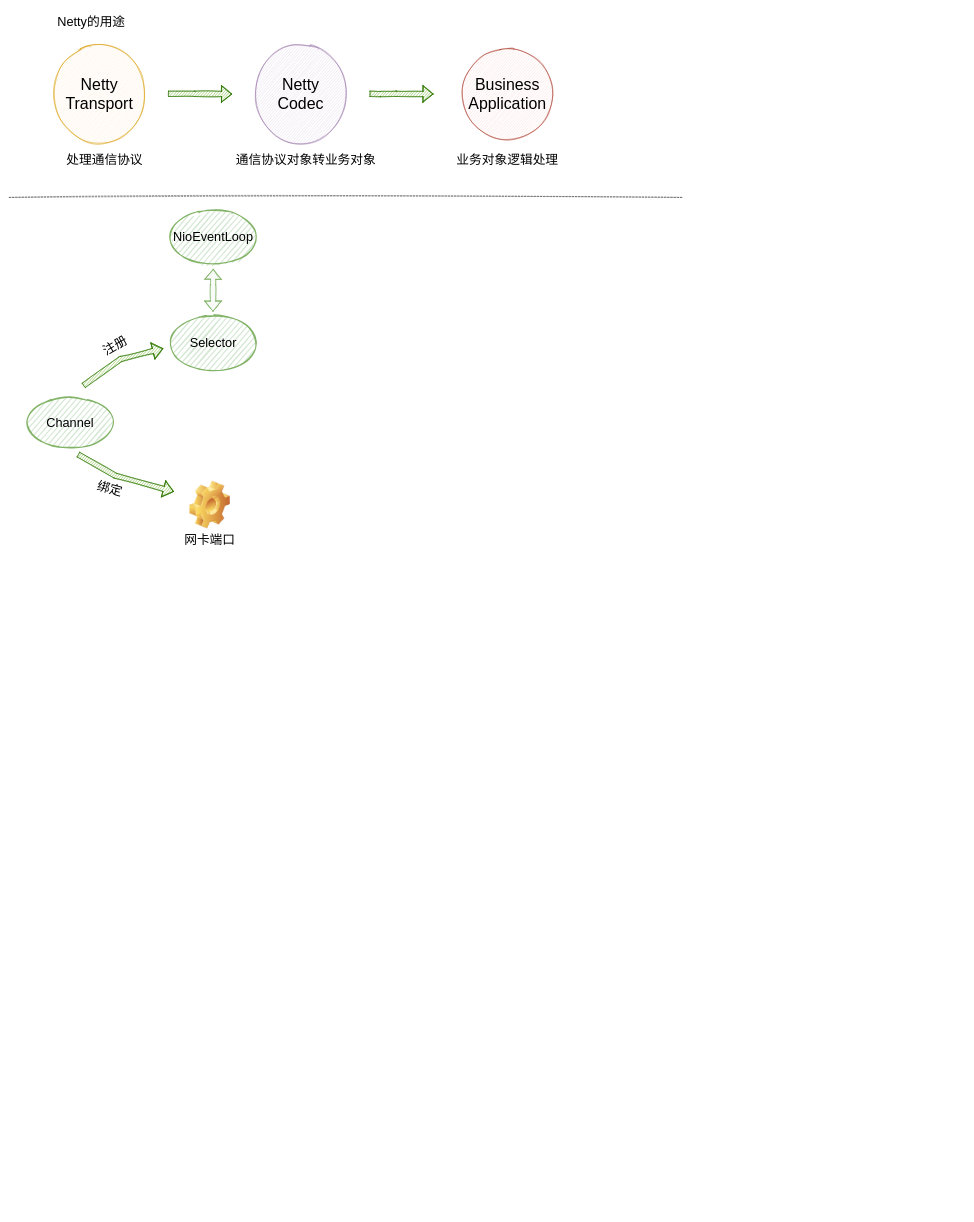
dimdark/my-drawio keeps this draw.io diagram as netty.drawio. Above is the earlier version. Source tidied: cells renumbered, new cells numbered last; positions are measured from the earlier drawing's top-left corner, leaving out a move shared by most shapes. Both pictures are drawn from the tidied source at 53%, with x=0, y=0 at pixel (9, 9).
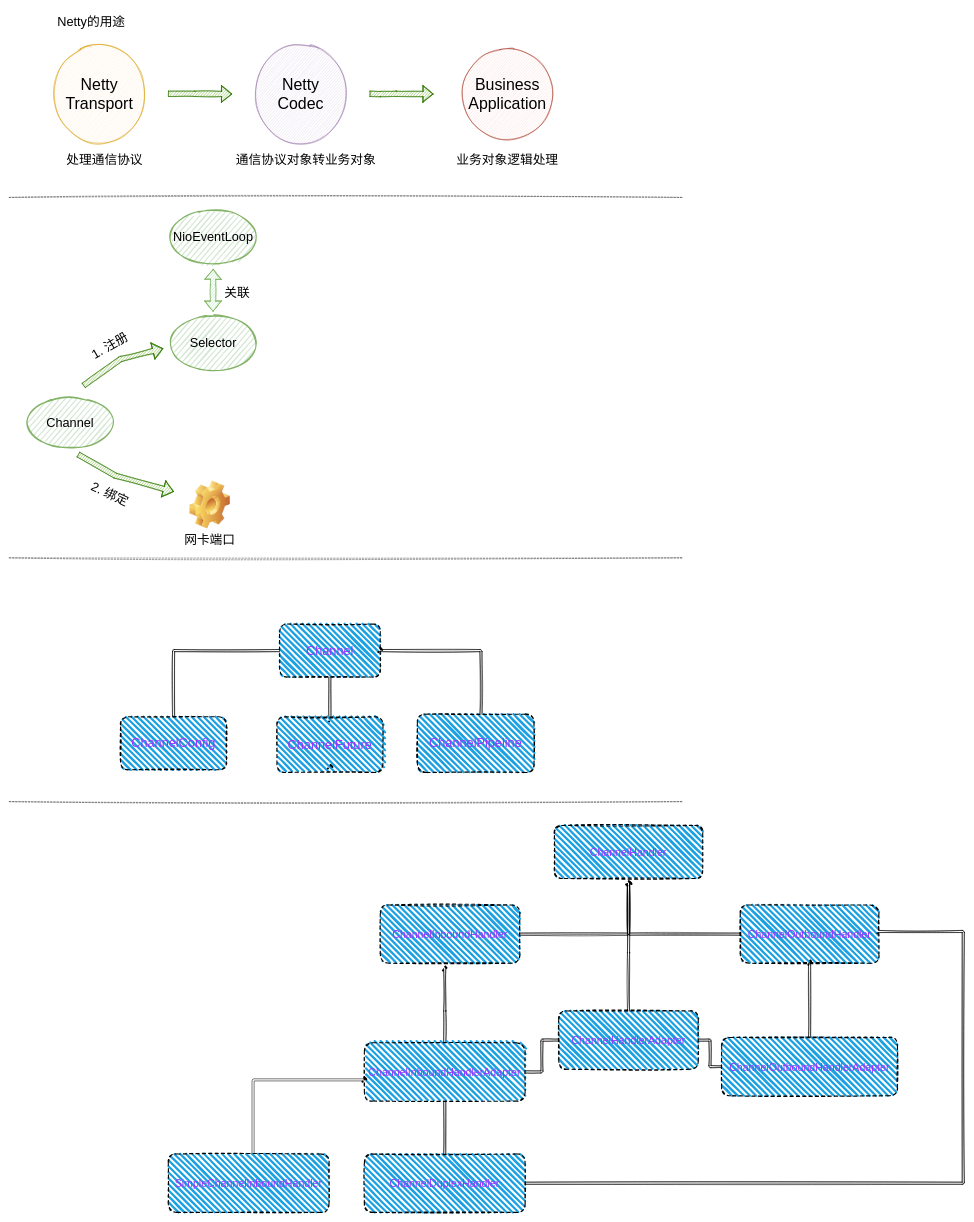
The same page after the edit.

What changed in the source:
```diff
@@
-    <mxCell id="13" value="注册" style="text;html=1;strokeColor=none;fillColor=none;align=center;verticalAlign=middle;whiteSpace=wrap;rounded=0;sketch=1;fontSize=24;rotation=-30;" parent="1" vertex="1">
-      <mxGeometry x="170" y="620" width="60" height="30" as="geometry" />
+    <mxCell id="13" value="1. 注册" style="text;html=1;strokeColor=none;fillColor=none;align=center;verticalAlign=middle;whiteSpace=wrap;rounded=0;sketch=1;fontSize=24;rotation=-30;" parent="1" vertex="1">
+      <mxGeometry x="145" y="620" width="90" height="30" as="geometry" />
     </mxCell>
@@
-    <mxCell id="15" value="绑定" style="text;html=1;strokeColor=none;fillColor=none;align=center;verticalAlign=middle;whiteSpace=wrap;rounded=0;sketch=1;fontSize=24;rotation=15;" parent="1" vertex="1">
-      <mxGeometry x="160" y="890" width="60" height="30" as="geometry" />
+    <mxCell id="15" value="2. 绑定" style="text;html=1;strokeColor=none;fillColor=none;align=center;verticalAlign=middle;whiteSpace=wrap;rounded=0;sketch=1;fontSize=24;rotation=25;" parent="1" vertex="1">
+      <mxGeometry x="145" y="900" width="90" height="30" as="geometry" />
     </mxCell>
@@
-    <mxCell id="20" style="shape=flexArrow;endArrow=classic;startArrow=classic;html=1;rounded=1;sketch=1;fontSize=24;fillColor=#d5e8d4;strokeColor=#82b366;" parent="1" edge="1">
+    <mxCell id="20" style="shape=flexArrow;endArrow=classic;startArrow=classic;html=1;rounded=1;sketch=1;fontSize=24;fillColor=#90E89C;strokeColor=#82b366;strokeWidth=1;" parent="1" edge="1">
       <mxGeometry relative="1" as="geometry">
         <mxPoint x="384.5" y="570" as="sourcePoint" />
         <mxPoint x="385" y="490" as="targetPoint" />
         <Array as="points">
           <mxPoint x="384.5" y="520" />
         </Array>
       </mxGeometry>
     </mxCell>
+    <mxCell id="21" value="关联" style="text;html=1;strokeColor=none;fillColor=none;align=center;verticalAlign=middle;whiteSpace=wrap;rounded=0;sketch=1;fontSize=24;rotation=0;" parent="1" vertex="1">
+      <mxGeometry x="400" y="520" width="60" height="30" as="geometry" />
+    </mxCell>
+    <mxCell id="22" style="line;strokeWidth=1;html=1;rounded=1;sketch=1;fontSize=24;dashed=1;strokeColor=#404040;" parent="1" vertex="1">
+      <mxGeometry y="1030" width="1270" height="10" as="geometry" />
+    </mxCell>
+    <mxCell id="23" style="edgeStyle=orthogonalEdgeStyle;shape=link;rounded=1;sketch=1;jettySize=auto;html=1;fontSize=24;fontColor=#9933FF;strokeWidth=1;fillColor=#90E89C;" parent="1" edge="1" source="24" target="31">
+      <mxGeometry relative="1" as="geometry" />
+    </mxCell>
+    <mxCell id="24" value="&lt;font color=&quot;#9933ff&quot;&gt;Channel&lt;/font&gt;" style="rounded=1;whiteSpace=wrap;html=1;strokeWidth=2;fillWeight=4;hachureGap=8;hachureAngle=45;fillColor=#1ba1e2;sketch=1;shadow=0;dashed=1;fontSize=24;" parent="1" vertex="1">
+      <mxGeometry x="510" y="1160" width="190" height="100" as="geometry" />
+    </mxCell>
+    <mxCell id="25" style="edgeStyle=orthogonalEdgeStyle;rounded=1;sketch=1;jettySize=auto;html=1;fontSize=24;fontColor=#9933FF;strokeWidth=1;fillColor=#90E89C;entryX=0;entryY=0.5;entryDx=0;entryDy=0;shape=link;" parent="1" edge="1" source="26" target="24">
+      <mxGeometry relative="1" as="geometry">
+        <Array as="points">
+          <mxPoint x="310" y="1210" />
+        </Array>
+      </mxGeometry>
+    </mxCell>
+    <mxCell id="26" value="&lt;font color=&quot;#9933ff&quot;&gt;ChannelConfig&lt;/font&gt;" style="rounded=1;whiteSpace=wrap;html=1;strokeWidth=2;fillWeight=4;hachureGap=8;hachureAngle=45;fillColor=#1ba1e2;sketch=1;shadow=0;dashed=1;fontSize=24;" parent="1" vertex="1">
+      <mxGeometry x="210" y="1335" width="200" height="100" as="geometry" />
+    </mxCell>
+    <mxCell id="27" style="edgeStyle=orthogonalEdgeStyle;rounded=1;sketch=1;jettySize=auto;html=1;fontSize=24;fontColor=#9933FF;strokeWidth=1;fillColor=#90E89C;shape=link;" parent="1" edge="1" source="28" target="30">
+      <mxGeometry relative="1" as="geometry">
+        <Array as="points">
+          <mxPoint x="890" y="1210" />
+        </Array>
+      </mxGeometry>
+    </mxCell>
+    <mxCell id="28" value="&lt;font color=&quot;#9933ff&quot;&gt;ChannelPipeline&lt;/font&gt;" style="rounded=1;whiteSpace=wrap;html=1;strokeWidth=2;fillWeight=4;hachureGap=8;hachureAngle=45;fillColor=#1ba1e2;sketch=1;shadow=0;dashed=1;fontSize=24;" parent="1" vertex="1">
+      <mxGeometry x="770" y="1330" width="220" height="110" as="geometry" />
+    </mxCell>
+    <mxCell id="29" style="shape=waypoint;sketch=1;size=6;fillColor=#1ba1e2;perimeter=centerPerimeter;fontSize=24;rounded=1;strokeWidth=2;fillWeight=4;hachureGap=8;hachureAngle=45;shadow=0;dashed=1;" parent="1" vertex="1">
+      <mxGeometry x="585" y="1320" width="40" height="40" as="geometry" />
+    </mxCell>
+    <mxCell id="30" style="shape=waypoint;sketch=1;size=6;points=[];fillColor=#1ba1e2;perimeter=centerPerimeter;snapToPoint=1;fontSize=24;rounded=1;strokeWidth=2;fillWeight=4;hachureGap=8;hachureAngle=45;shadow=0;dashed=1;" parent="1" vertex="1">
+      <mxGeometry x="680" y="1190" width="40" height="40" as="geometry" />
+    </mxCell>
+    <mxCell id="31" value="&lt;font color=&quot;#9933ff&quot;&gt;ChannelFuture&lt;/font&gt;" style="rounded=1;whiteSpace=wrap;html=1;strokeWidth=2;fillWeight=4;hachureGap=8;hachureAngle=45;fillColor=#1ba1e2;sketch=1;shadow=0;dashed=1;fontSize=24;" parent="1" vertex="1">
+      <mxGeometry x="505" y="1335" width="200" height="105" as="geometry" />
+    </mxCell>
+    <mxCell id="32" style="shape=waypoint;sketch=1;size=6;fillColor=#1ba1e2;perimeter=centerPerimeter;fontSize=24;rounded=1;strokeWidth=2;fillWeight=4;hachureGap=8;hachureAngle=45;shadow=0;dashed=1;" parent="1" vertex="1">
+      <mxGeometry x="585" y="1410" width="40" height="40" as="geometry" />
+    </mxCell>
+    <mxCell id="33" style="line;strokeWidth=1;html=1;rounded=1;sketch=1;fontSize=24;dashed=1;strokeColor=#404040;" parent="1" vertex="1">
+      <mxGeometry y="1490" width="1270" height="10" as="geometry" />
+    </mxCell>
+    <mxCell id="34" value="&lt;font color=&quot;#9933ff&quot; style=&quot;font-size: 20px;&quot;&gt;ChannelHandler&lt;/font&gt;" style="rounded=1;whiteSpace=wrap;html=1;strokeWidth=2;fillWeight=4;hachureGap=8;hachureAngle=45;fillColor=#1ba1e2;sketch=1;shadow=0;dashed=1;fontSize=20;" parent="1" vertex="1">
+      <mxGeometry x="1028.4" y="1540" width="280" height="100" as="geometry" />
+    </mxCell>
+    <mxCell id="35" style="edgeStyle=orthogonalEdgeStyle;shape=link;rounded=1;sketch=1;jettySize=auto;html=1;fontSize=20;fontColor=#9933FF;strokeWidth=1;fillColor=#90E89C;" parent="1" edge="1" source="36" target="47">
+      <mxGeometry relative="1" as="geometry" />
+    </mxCell>
+    <mxCell id="36" value="&lt;font color=&quot;#9933ff&quot; style=&quot;font-size: 20px;&quot;&gt;ChannelInboundHandler&lt;/font&gt;" style="rounded=1;whiteSpace=wrap;html=1;strokeWidth=2;fillWeight=4;hachureGap=8;hachureAngle=45;fillColor=#1ba1e2;sketch=1;shadow=0;dashed=1;fontSize=20;" parent="1" vertex="1">
+      <mxGeometry x="700" y="1690" width="263.3" height="110" as="geometry" />
+    </mxCell>
+    <mxCell id="37" style="edgeStyle=orthogonalEdgeStyle;shape=link;rounded=1;sketch=1;jettySize=auto;html=1;fontSize=20;fontColor=#9933FF;strokeWidth=1;fillColor=#90E89C;" parent="1" edge="1" source="38" target="48">
+      <mxGeometry relative="1" as="geometry" />
+    </mxCell>
+    <mxCell id="38" value="&lt;font color=&quot;#9933ff&quot; style=&quot;font-size: 20px;&quot;&gt;ChannelOutboundHandler&lt;/font&gt;" style="rounded=1;whiteSpace=wrap;html=1;strokeWidth=2;fillWeight=4;hachureGap=8;hachureAngle=45;fillColor=#1ba1e2;sketch=1;shadow=0;dashed=1;fontSize=20;" parent="1" vertex="1">
+      <mxGeometry x="1379.2" y="1690" width="261.6" height="110" as="geometry" />
+    </mxCell>
+    <mxCell id="39" style="edgeStyle=orthogonalEdgeStyle;shape=link;rounded=1;sketch=1;jettySize=auto;html=1;fontSize=20;fontColor=#9933FF;strokeWidth=1;fillColor=#90E89C;" parent="1" edge="1" source="41" target="49">
+      <mxGeometry relative="1" as="geometry" />
+    </mxCell>
+    <mxCell id="40" style="edgeStyle=orthogonalEdgeStyle;shape=link;rounded=1;sketch=1;jettySize=auto;html=1;fontSize=20;fontColor=#9933FF;strokeWidth=1;fillColor=#90E89C;" parent="1" edge="1" source="41" target="43">
+      <mxGeometry relative="1" as="geometry" />
+    </mxCell>
+    <mxCell id="41" value="&lt;font color=&quot;#9933ff&quot; style=&quot;font-size: 20px;&quot;&gt;ChannelInboundHandlerAdapter&lt;/font&gt;" style="rounded=1;whiteSpace=wrap;html=1;strokeWidth=2;fillWeight=4;hachureGap=8;hachureAngle=45;fillColor=#1ba1e2;sketch=1;shadow=0;dashed=1;fontSize=20;" parent="1" vertex="1">
+      <mxGeometry x="670" y="1950" width="303.3" height="110" as="geometry" />
+    </mxCell>
+    <mxCell id="42" style="edgeStyle=orthogonalEdgeStyle;shape=link;rounded=1;sketch=1;jettySize=auto;html=1;fontSize=20;fontColor=#9933FF;strokeWidth=1;fillColor=#90E89C;" parent="1" edge="1" source="43" target="51">
+      <mxGeometry relative="1" as="geometry" />
+    </mxCell>
+    <mxCell id="43" value="&lt;font color=&quot;#9933ff&quot; style=&quot;font-size: 20px;&quot;&gt;ChannelHandlerAdapter&lt;/font&gt;" style="rounded=1;whiteSpace=wrap;html=1;strokeWidth=2;fillWeight=4;hachureGap=8;hachureAngle=45;fillColor=#1ba1e2;sketch=1;shadow=0;dashed=1;fontSize=20;" parent="1" vertex="1">
+      <mxGeometry x="1036.7" y="1890" width="263.3" height="110" as="geometry" />
+    </mxCell>
+    <mxCell id="44" style="edgeStyle=orthogonalEdgeStyle;shape=link;rounded=1;sketch=1;jettySize=auto;html=1;fontSize=20;fontColor=#9933FF;strokeWidth=1;fillColor=#90E89C;" parent="1" edge="1" source="46" target="43">
+      <mxGeometry relative="1" as="geometry" />
+    </mxCell>
+    <mxCell id="45" style="edgeStyle=orthogonalEdgeStyle;shape=link;rounded=1;sketch=1;jettySize=auto;html=1;fontSize=20;fontColor=#9933FF;strokeWidth=1;fillColor=#90E89C;" parent="1" edge="1" source="46" target="50">
+      <mxGeometry relative="1" as="geometry" />
+    </mxCell>
+    <mxCell id="46" value="&lt;font color=&quot;#9933ff&quot; style=&quot;font-size: 20px;&quot;&gt;ChannelOutboundHandlerAdapter&lt;/font&gt;" style="rounded=1;whiteSpace=wrap;html=1;strokeWidth=2;fillWeight=4;hachureGap=8;hachureAngle=45;fillColor=#1ba1e2;sketch=1;shadow=0;dashed=1;fontSize=20;" parent="1" vertex="1">
+      <mxGeometry x="1344.2" y="1940" width="331.6" height="110" as="geometry" />
+    </mxCell>
+    <mxCell id="47" style="shape=waypoint;sketch=1;size=6;points=[];fillColor=#1ba1e2;perimeter=centerPerimeter;snapToPoint=1;fontSize=20;rounded=1;strokeWidth=2;fillWeight=4;hachureGap=8;hachureAngle=45;shadow=0;dashed=1;" parent="1" vertex="1">
+      <mxGeometry x="1148.4" y="1630" width="40" height="40" as="geometry" />
+    </mxCell>
+    <mxCell id="48" style="shape=waypoint;sketch=1;size=6;points=[];fillColor=#1ba1e2;perimeter=centerPerimeter;snapToPoint=1;fontSize=20;rounded=1;strokeWidth=2;fillWeight=4;hachureGap=8;hachureAngle=45;shadow=0;dashed=1;" parent="1" vertex="1">
+      <mxGeometry x="1148.4" y="1630" width="40" height="40" as="geometry" />
+    </mxCell>
+    <mxCell id="49" style="shape=waypoint;sketch=1;size=6;points=[];fillColor=#1ba1e2;perimeter=centerPerimeter;snapToPoint=1;fontSize=20;rounded=1;strokeWidth=2;fillWeight=4;hachureGap=8;hachureAngle=45;shadow=0;dashed=1;" parent="1" vertex="1">
+      <mxGeometry x="801.6" y="1790" width="40" height="40" as="geometry" />
+    </mxCell>
+    <mxCell id="50" style="shape=waypoint;sketch=1;size=6;points=[];fillColor=#1ba1e2;perimeter=centerPerimeter;snapToPoint=1;fontSize=20;rounded=1;strokeWidth=2;fillWeight=4;hachureGap=8;hachureAngle=45;shadow=0;dashed=1;" parent="1" vertex="1">
+      <mxGeometry x="1490" y="1780" width="40" height="40" as="geometry" />
+    </mxCell>
+    <mxCell id="51" style="shape=waypoint;sketch=1;size=6;points=[];fillColor=#1ba1e2;perimeter=centerPerimeter;snapToPoint=1;fontSize=20;rounded=1;strokeWidth=2;fillWeight=4;hachureGap=8;hachureAngle=45;shadow=0;dashed=1;" parent="1" vertex="1">
+      <mxGeometry x="1148.4" y="1630" width="40" height="40" as="geometry" />
+    </mxCell>
+    <mxCell id="52" style="edgeStyle=orthogonalEdgeStyle;shape=link;rounded=1;sketch=1;jettySize=auto;html=1;fontSize=20;fontColor=#9933FF;strokeWidth=1;fillColor=#90E89C;" parent="1" edge="1" source="54" target="41">
+      <mxGeometry relative="1" as="geometry" />
+    </mxCell>
+    <mxCell id="53" style="edgeStyle=orthogonalEdgeStyle;shape=link;rounded=1;sketch=1;jettySize=auto;html=1;fontSize=20;fontColor=#9933FF;strokeWidth=1;fillColor=#90E89C;" parent="1" edge="1" source="54" target="55">
+      <mxGeometry relative="1" as="geometry">
+        <Array as="points">
+          <mxPoint x="1800" y="2215" />
+          <mxPoint x="1800" y="1740" />
+        </Array>
+      </mxGeometry>
+    </mxCell>
+    <mxCell id="54" value="&lt;font color=&quot;#9933ff&quot; style=&quot;font-size: 20px;&quot;&gt;ChannelDuplexHandler&lt;/font&gt;" style="rounded=1;whiteSpace=wrap;html=1;strokeWidth=2;fillWeight=4;hachureGap=8;hachureAngle=45;fillColor=#1ba1e2;sketch=1;shadow=0;dashed=1;fontSize=20;" parent="1" vertex="1">
+      <mxGeometry x="670" y="2160" width="303.3" height="110" as="geometry" />
+    </mxCell>
+    <mxCell id="55" style="shape=waypoint;sketch=1;size=6;points=[];fillColor=#1ba1e2;perimeter=centerPerimeter;snapToPoint=1;fontSize=20;rounded=1;strokeWidth=2;fillWeight=4;hachureGap=8;hachureAngle=45;shadow=0;dashed=1;" parent="1" vertex="1">
+      <mxGeometry x="1620" y="1720" width="40" height="40" as="geometry" />
+    </mxCell>
+    <mxCell id="56" style="edgeStyle=orthogonalEdgeStyle;curved=0;rounded=1;sketch=0;jettySize=auto;html=1;fontColor=#46495D;strokeColor=#000000;fillColor=#B2C9AB;shape=link;strokeWidth=1;" parent="1" edge="1" source="57" target="58">
+      <mxGeometry relative="1" as="geometry">
+        <Array as="points">
+          <mxPoint x="460" y="2020" />
+        </Array>
+      </mxGeometry>
+    </mxCell>
+    <mxCell id="57" value="&lt;font color=&quot;#9933ff&quot; style=&quot;font-size: 20px;&quot;&gt;SimpleChannelInboundHandler&lt;/font&gt;" style="rounded=1;whiteSpace=wrap;html=1;strokeWidth=2;fillWeight=4;hachureGap=8;hachureAngle=45;fillColor=#1ba1e2;sketch=1;shadow=0;dashed=1;fontSize=20;" parent="1" vertex="1">
+      <mxGeometry x="300" y="2160" width="303.3" height="110" as="geometry" />
+    </mxCell>
+    <mxCell id="58" style="shape=waypoint;sketch=1;size=6;points=[];fillColor=#1ba1e2;perimeter=centerPerimeter;snapToPoint=1;fontSize=20;rounded=1;strokeWidth=2;fillWeight=4;hachureGap=8;hachureAngle=45;shadow=0;dashed=1;" parent="1" vertex="1">
+      <mxGeometry x="650" y="2000" width="40" height="40" as="geometry" />
+    </mxCell>
```
